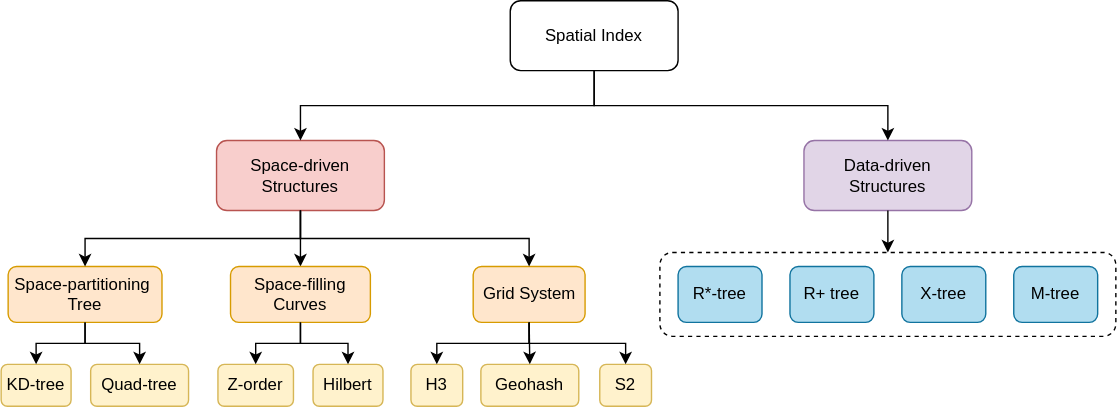
Above: assets/posts/spatial-index/spatial-index-types.svg in addu390/addu390.github.io (draw.io), before the change. Source tidied: cells renumbered, new cells last; positions are measured from the earlier drawing's top-left corner, leaving out a move shared by most shapes.
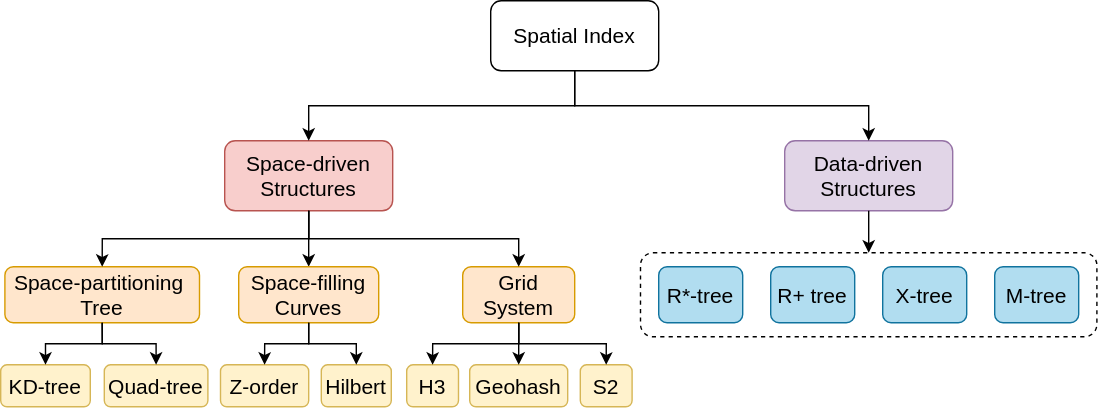
After the commit.

Commit message:
Diagrams for geohash

The edit, as a diff of the source:
```diff
@@ -2,97 +2,97 @@
   <root>
     <mxCell id="0" />
     <mxCell id="1" parent="0" />
-    <mxCell id="2" value="Spatial Index" style="rounded=1;whiteSpace=wrap;html=1;" parent="1" vertex="1">
+    <mxCell id="2" value="Spatial Index" style="rounded=1;whiteSpace=wrap;html=1;fontSize=15;" parent="1" vertex="1">
       <mxGeometry x="364" width="120" height="50" as="geometry" />
     </mxCell>
-    <mxCell id="3" value="Space-driven Structures" style="rounded=1;whiteSpace=wrap;html=1;fillColor=#f8cecc;strokeColor=#b85450;" parent="1" vertex="1">
-      <mxGeometry x="154" y="100" width="120" height="50" as="geometry" />
+    <mxCell id="3" value="Space-driven Structures" style="rounded=1;whiteSpace=wrap;html=1;fillColor=#f8cecc;strokeColor=#b85450;fontSize=15;" parent="1" vertex="1">
+      <mxGeometry x="174" y="100" width="120" height="50" as="geometry" />
     </mxCell>
-    <mxCell id="4" value="Data-driven Structures" style="rounded=1;whiteSpace=wrap;html=1;fillColor=#e1d5e7;strokeColor=#9673a6;" parent="1" vertex="1">
+    <mxCell id="4" value="Data-driven Structures" style="rounded=1;whiteSpace=wrap;html=1;fillColor=#e1d5e7;strokeColor=#9673a6;fontSize=15;" parent="1" vertex="1">
       <mxGeometry x="574" y="100" width="120" height="50" as="geometry" />
     </mxCell>
-    <mxCell id="5" value="Grid System" style="rounded=1;whiteSpace=wrap;html=1;fillColor=#ffe6cc;strokeColor=#d79b00;" parent="1" vertex="1">
-      <mxGeometry x="337.5" y="190" width="80" height="40" as="geometry" />
+    <mxCell id="5" value="Grid System" style="rounded=1;whiteSpace=wrap;html=1;fillColor=#ffe6cc;strokeColor=#d79b00;fontSize=15;" parent="1" vertex="1">
+      <mxGeometry x="344" y="190" width="80" height="40" as="geometry" />
     </mxCell>
-    <mxCell id="6" value="R*-tree" style="rounded=1;whiteSpace=wrap;html=1;fillColor=#b1ddf0;strokeColor=#10739e;" parent="1" vertex="1">
+    <mxCell id="6" value="R*-tree" style="rounded=1;whiteSpace=wrap;html=1;fillColor=#b1ddf0;strokeColor=#10739e;fontSize=15;" parent="1" vertex="1">
       <mxGeometry x="484" y="190" width="60" height="40" as="geometry" />
     </mxCell>
-    <mxCell id="7" value="R+ tree" style="rounded=1;whiteSpace=wrap;html=1;fillColor=#b1ddf0;strokeColor=#10739e;" parent="1" vertex="1">
+    <mxCell id="7" value="R+ tree" style="rounded=1;whiteSpace=wrap;html=1;fillColor=#b1ddf0;strokeColor=#10739e;fontSize=15;" parent="1" vertex="1">
       <mxGeometry x="564" y="190" width="60" height="40" as="geometry" />
     </mxCell>
-    <mxCell id="8" value="X-tree" style="rounded=1;whiteSpace=wrap;html=1;fillColor=#b1ddf0;strokeColor=#10739e;" parent="1" vertex="1">
+    <mxCell id="8" value="X-tree" style="rounded=1;whiteSpace=wrap;html=1;fillColor=#b1ddf0;strokeColor=#10739e;fontSize=15;" parent="1" vertex="1">
       <mxGeometry x="644" y="190" width="60" height="40" as="geometry" />
     </mxCell>
-    <mxCell id="9" value="M-tree" style="rounded=1;whiteSpace=wrap;html=1;fillColor=#b1ddf0;strokeColor=#10739e;" parent="1" vertex="1">
+    <mxCell id="9" value="M-tree" style="rounded=1;whiteSpace=wrap;html=1;fillColor=#b1ddf0;strokeColor=#10739e;fontSize=15;" parent="1" vertex="1">
       <mxGeometry x="724" y="190" width="60" height="40" as="geometry" />
     </mxCell>
-    <mxCell id="10" style="endArrow=classic;html=1;rounded=0;exitX=0.5;exitY=1;exitDx=0;exitDy=0;entryX=0.5;entryY=0;entryDx=0;entryDy=0;edgeStyle=orthogonalEdgeStyle;" parent="1" edge="1" source="2" target="3">
+    <mxCell id="10" style="endArrow=classic;html=1;rounded=0;exitX=0.5;exitY=1;exitDx=0;exitDy=0;entryX=0.5;entryY=0;entryDx=0;entryDy=0;edgeStyle=orthogonalEdgeStyle;fontSize=15;" parent="1" edge="1" source="2" target="3">
       <mxGeometry relative="1" as="geometry" />
     </mxCell>
-    <mxCell id="11" style="endArrow=classic;html=1;rounded=0;exitX=0.5;exitY=1;exitDx=0;exitDy=0;entryX=0.5;entryY=0;entryDx=0;entryDy=0;edgeStyle=orthogonalEdgeStyle;" parent="1" edge="1" source="2" target="4">
+    <mxCell id="11" style="endArrow=classic;html=1;rounded=0;exitX=0.5;exitY=1;exitDx=0;exitDy=0;entryX=0.5;entryY=0;entryDx=0;entryDy=0;edgeStyle=orthogonalEdgeStyle;fontSize=15;" parent="1" edge="1" source="2" target="4">
       <mxGeometry relative="1" as="geometry" />
     </mxCell>
-    <mxCell id="12" style="endArrow=classic;html=1;rounded=0;exitX=0.5;exitY=1;exitDx=0;exitDy=0;entryX=0.5;entryY=0;entryDx=0;entryDy=0;edgeStyle=orthogonalEdgeStyle;" parent="1" edge="1" source="3" target="16">
+    <mxCell id="12" style="endArrow=classic;html=1;rounded=0;exitX=0.5;exitY=1;exitDx=0;exitDy=0;entryX=0.5;entryY=0;entryDx=0;entryDy=0;edgeStyle=orthogonalEdgeStyle;fontSize=15;" parent="1" edge="1" source="3" target="16">
       <mxGeometry relative="1" as="geometry" />
     </mxCell>
-    <mxCell id="13" style="endArrow=classic;html=1;rounded=0;exitX=0.5;exitY=1;exitDx=0;exitDy=0;entryX=0.5;entryY=0;entryDx=0;entryDy=0;edgeStyle=orthogonalEdgeStyle;" parent="1" edge="1" source="3" target="5">
+    <mxCell id="13" style="endArrow=classic;html=1;rounded=0;exitX=0.5;exitY=1;exitDx=0;exitDy=0;entryX=0.5;entryY=0;entryDx=0;entryDy=0;edgeStyle=orthogonalEdgeStyle;fontSize=15;" parent="1" edge="1" source="3" target="5">
       <mxGeometry relative="1" as="geometry" />
     </mxCell>
-    <mxCell id="14" style="rounded=1;whiteSpace=wrap;html=1;fillColor=none;dashed=1;" parent="1" vertex="1">
+    <mxCell id="14" style="rounded=1;whiteSpace=wrap;html=1;fillColor=none;dashed=1;fontSize=15;" parent="1" vertex="1">
       <mxGeometry x="471" y="180" width="326" height="60" as="geometry" />
     </mxCell>
-    <mxCell id="15" style="endArrow=classic;html=1;rounded=0;exitX=0.5;exitY=1;exitDx=0;exitDy=0;entryX=0.5;entryY=0;entryDx=0;entryDy=0;edgeStyle=orthogonalEdgeStyle;" parent="1" edge="1" source="4" target="14">
+    <mxCell id="15" style="endArrow=classic;html=1;rounded=0;exitX=0.5;exitY=1;exitDx=0;exitDy=0;entryX=0.5;entryY=0;entryDx=0;entryDy=0;edgeStyle=orthogonalEdgeStyle;fontSize=15;" parent="1" edge="1" source="4" target="14">
       <mxGeometry relative="1" as="geometry" />
     </mxCell>
-    <mxCell id="16" value="Space-filling Curves" style="rounded=1;whiteSpace=wrap;html=1;fillColor=#ffe6cc;strokeColor=#d79b00;" parent="1" vertex="1">
-      <mxGeometry x="164" y="190" width="100" height="40" as="geometry" />
+    <mxCell id="16" value="Space-filling Curves" style="rounded=1;whiteSpace=wrap;html=1;fillColor=#ffe6cc;strokeColor=#d79b00;fontSize=15;" parent="1" vertex="1">
+      <mxGeometry x="184" y="190" width="100" height="40" as="geometry" />
     </mxCell>
-    <mxCell id="17" value="H3" style="rounded=1;whiteSpace=wrap;html=1;fillColor=#fff2cc;strokeColor=#d6b656;" parent="1" vertex="1">
-      <mxGeometry x="293" y="260" width="37" height="30" as="geometry" />
+    <mxCell id="17" value="H3" style="rounded=1;whiteSpace=wrap;html=1;fillColor=#fff2cc;strokeColor=#d6b656;fontSize=15;" parent="1" vertex="1">
+      <mxGeometry x="304" y="260" width="37" height="30" as="geometry" />
     </mxCell>
-    <mxCell id="18" value="S2" style="rounded=1;whiteSpace=wrap;html=1;fillColor=#fff2cc;strokeColor=#d6b656;" parent="1" vertex="1">
+    <mxCell id="18" value="S2" style="rounded=1;whiteSpace=wrap;html=1;fillColor=#fff2cc;strokeColor=#d6b656;fontSize=15;" parent="1" vertex="1">
       <mxGeometry x="428" y="260" width="37" height="30" as="geometry" />
     </mxCell>
-    <mxCell id="19" value="Geohash" style="rounded=1;whiteSpace=wrap;html=1;fillColor=#fff2cc;strokeColor=#d6b656;" parent="1" vertex="1">
-      <mxGeometry x="343" y="260" width="70" height="30" as="geometry" />
+    <mxCell id="19" value="Geohash" style="rounded=1;whiteSpace=wrap;html=1;fillColor=#fff2cc;strokeColor=#d6b656;fontSize=15;" parent="1" vertex="1">
+      <mxGeometry x="349" y="260" width="70" height="30" as="geometry" />
     </mxCell>
-    <mxCell id="20" style="endArrow=classic;html=1;rounded=0;exitX=0.5;exitY=1;exitDx=0;exitDy=0;entryX=0.5;entryY=0;entryDx=0;entryDy=0;" parent="1" edge="1" source="5" target="19">
+    <mxCell id="20" style="endArrow=classic;html=1;rounded=0;exitX=0.5;exitY=1;exitDx=0;exitDy=0;entryX=0.5;entryY=0;entryDx=0;entryDy=0;fontSize=15;" parent="1" edge="1" source="5" target="19">
       <mxGeometry relative="1" as="geometry" />
     </mxCell>
-    <mxCell id="21" style="endArrow=classic;html=1;rounded=0;exitX=0.5;exitY=1;exitDx=0;exitDy=0;entryX=0.5;entryY=0;entryDx=0;entryDy=0;edgeStyle=orthogonalEdgeStyle;" parent="1" edge="1" source="5" target="17">
+    <mxCell id="21" style="endArrow=classic;html=1;rounded=0;exitX=0.5;exitY=1;exitDx=0;exitDy=0;entryX=0.5;entryY=0;entryDx=0;entryDy=0;edgeStyle=orthogonalEdgeStyle;fontSize=15;" parent="1" edge="1" source="5" target="17">
       <mxGeometry relative="1" as="geometry" />
     </mxCell>
-    <mxCell id="22" style="endArrow=classic;html=1;rounded=0;exitX=0.5;exitY=1;exitDx=0;exitDy=0;entryX=0.5;entryY=0;entryDx=0;entryDy=0;edgeStyle=orthogonalEdgeStyle;" parent="1" edge="1" source="5" target="18">
+    <mxCell id="22" style="endArrow=classic;html=1;rounded=0;exitX=0.5;exitY=1;exitDx=0;exitDy=0;entryX=0.5;entryY=0;entryDx=0;entryDy=0;edgeStyle=orthogonalEdgeStyle;fontSize=15;" parent="1" edge="1" source="5" target="18">
       <mxGeometry relative="1" as="geometry" />
     </mxCell>
-    <mxCell id="23" value="Z-order" style="rounded=1;whiteSpace=wrap;html=1;fillColor=#fff2cc;strokeColor=#d6b656;" parent="1" vertex="1">
-      <mxGeometry x="155" y="260" width="54" height="30" as="geometry" />
+    <mxCell id="23" value="Z-order" style="rounded=1;whiteSpace=wrap;html=1;fillColor=#fff2cc;strokeColor=#d6b656;fontSize=15;" parent="1" vertex="1">
+      <mxGeometry x="171" y="260" width="63" height="30" as="geometry" />
     </mxCell>
-    <mxCell id="24" value="Hilbert" style="rounded=1;whiteSpace=wrap;html=1;fillColor=#fff2cc;strokeColor=#d6b656;" parent="1" vertex="1">
-      <mxGeometry x="223" y="260" width="50" height="30" as="geometry" />
+    <mxCell id="24" value="Hilbert" style="rounded=1;whiteSpace=wrap;html=1;fillColor=#fff2cc;strokeColor=#d6b656;fontSize=15;" parent="1" vertex="1">
+      <mxGeometry x="243" y="260" width="50" height="30" as="geometry" />
     </mxCell>
-    <mxCell id="25" style="endArrow=classic;html=1;rounded=0;exitX=0.5;exitY=1;exitDx=0;exitDy=0;entryX=0.5;entryY=0;entryDx=0;entryDy=0;edgeStyle=orthogonalEdgeStyle;" parent="1" edge="1" source="16" target="23">
+    <mxCell id="25" style="endArrow=classic;html=1;rounded=0;exitX=0.5;exitY=1;exitDx=0;exitDy=0;entryX=0.5;entryY=0;entryDx=0;entryDy=0;edgeStyle=orthogonalEdgeStyle;fontSize=15;" parent="1" edge="1" source="16" target="23">
       <mxGeometry relative="1" as="geometry" />
     </mxCell>
-    <mxCell id="26" style="endArrow=classic;html=1;rounded=0;exitX=0.5;exitY=1;exitDx=0;exitDy=0;entryX=0.5;entryY=0;entryDx=0;entryDy=0;edgeStyle=orthogonalEdgeStyle;" parent="1" edge="1" source="16" target="24">
+    <mxCell id="26" style="endArrow=classic;html=1;rounded=0;exitX=0.5;exitY=1;exitDx=0;exitDy=0;entryX=0.5;entryY=0;entryDx=0;entryDy=0;edgeStyle=orthogonalEdgeStyle;fontSize=15;" parent="1" edge="1" source="16" target="24">
       <mxGeometry relative="1" as="geometry" />
     </mxCell>
-    <mxCell id="27" value="Space-&lt;span style=&quot;background-color: initial;&quot;&gt;partitioning&amp;nbsp;&lt;/span&gt;&lt;div&gt;&lt;span style=&quot;background-color: initial;&quot;&gt;Tree&lt;/span&gt;&lt;/div&gt;" style="rounded=1;whiteSpace=wrap;html=1;fillColor=#ffe6cc;strokeColor=#d79b00;" parent="1" vertex="1">
-      <mxGeometry x="5" y="190" width="110" height="40" as="geometry" />
+    <mxCell id="27" value="Space-&lt;span style=&quot;background-color: initial; font-size: 15px;&quot;&gt;partitioning&amp;nbsp;&lt;/span&gt;&lt;div style=&quot;font-size: 15px;&quot;&gt;&lt;span style=&quot;background-color: initial; font-size: 15px;&quot;&gt;Tree&lt;/span&gt;&lt;/div&gt;" style="rounded=1;whiteSpace=wrap;html=1;fillColor=#ffe6cc;strokeColor=#d79b00;fontSize=15;" parent="1" vertex="1">
+      <mxGeometry x="17" y="190" width="139" height="40" as="geometry" />
     </mxCell>
-    <mxCell id="28" value="KD-tree" style="rounded=1;whiteSpace=wrap;html=1;fillColor=#fff2cc;strokeColor=#d6b656;" parent="1" vertex="1">
-      <mxGeometry y="260" width="50" height="30" as="geometry" />
+    <mxCell id="28" value="KD-tree" style="rounded=1;whiteSpace=wrap;html=1;fillColor=#fff2cc;strokeColor=#d6b656;fontSize=15;" parent="1" vertex="1">
+      <mxGeometry x="14" y="260" width="64" height="30" as="geometry" />
     </mxCell>
-    <mxCell id="29" value="Quad-tree" style="rounded=1;whiteSpace=wrap;html=1;fillColor=#fff2cc;strokeColor=#d6b656;" parent="1" vertex="1">
-      <mxGeometry x="64" y="260" width="70" height="30" as="geometry" />
+    <mxCell id="29" value="Quad-tree" style="rounded=1;whiteSpace=wrap;html=1;fillColor=#fff2cc;strokeColor=#d6b656;fontSize=15;" parent="1" vertex="1">
+      <mxGeometry x="88" y="260" width="74" height="30" as="geometry" />
     </mxCell>
-    <mxCell id="30" style="endArrow=classic;html=1;rounded=0;exitX=0.5;exitY=1;exitDx=0;exitDy=0;entryX=0.5;entryY=0;entryDx=0;entryDy=0;edgeStyle=orthogonalEdgeStyle;" parent="1" edge="1" source="27" target="28">
+    <mxCell id="30" style="endArrow=classic;html=1;rounded=0;exitX=0.5;exitY=1;exitDx=0;exitDy=0;entryX=0.5;entryY=0;entryDx=0;entryDy=0;edgeStyle=orthogonalEdgeStyle;fontSize=15;" parent="1" edge="1" source="27" target="28">
       <mxGeometry relative="1" as="geometry" />
     </mxCell>
-    <mxCell id="31" style="endArrow=classic;html=1;rounded=0;exitX=0.5;exitY=1;exitDx=0;exitDy=0;entryX=0.5;entryY=0;entryDx=0;entryDy=0;edgeStyle=orthogonalEdgeStyle;" parent="1" edge="1" source="27" target="29">
+    <mxCell id="31" style="endArrow=classic;html=1;rounded=0;exitX=0.5;exitY=1;exitDx=0;exitDy=0;entryX=0.5;entryY=0;entryDx=0;entryDy=0;edgeStyle=orthogonalEdgeStyle;fontSize=15;" parent="1" edge="1" source="27" target="29">
       <mxGeometry relative="1" as="geometry" />
     </mxCell>
-    <mxCell id="32" style="endArrow=classic;html=1;rounded=0;exitX=0.5;exitY=1;exitDx=0;exitDy=0;entryX=0.5;entryY=0;entryDx=0;entryDy=0;edgeStyle=orthogonalEdgeStyle;" parent="1" edge="1" source="3" target="27">
+    <mxCell id="32" style="endArrow=classic;html=1;rounded=0;exitX=0.5;exitY=1;exitDx=0;exitDy=0;entryX=0.5;entryY=0;entryDx=0;entryDy=0;edgeStyle=orthogonalEdgeStyle;fontSize=15;" parent="1" edge="1" source="3" target="27">
       <mxGeometry relative="1" as="geometry" />
     </mxCell>
   </root>
```
